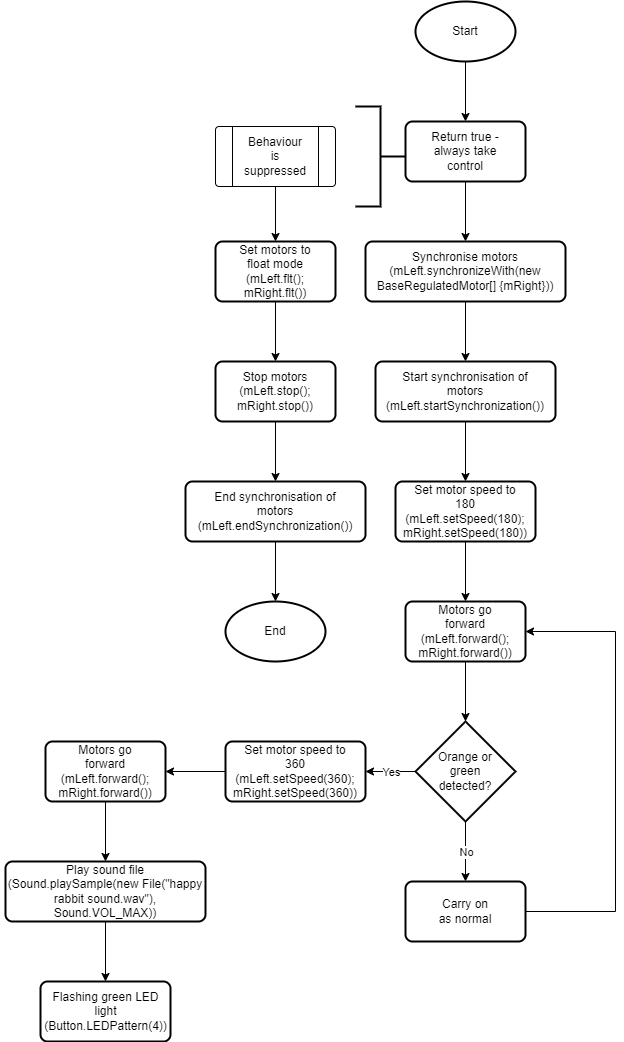
Above: Final submission/Behaviour control flow/WalkaboutControlFlow.png in XLmT09/Bunny-Robot (draw.io), before the change. Source tidied: cells renumbered, new cells last; positions are measured from the earlier drawing's top-left corner, leaving out a move shared by most shapes. Its diagram source:
```xml
<mxGraphModel>
  <root>
    <mxCell id="0" />
    <mxCell id="1" parent="0" />
    <mxCell id="2" style="group;" parent="1" vertex="1">
      <mxGeometry x="415" width="100" height="60" as="geometry" />
    </mxCell>
    <mxCell id="3" style="strokeWidth=2;html=1;shape=mxgraph.flowchart.start_1;whiteSpace=wrap;hachureGap=4;" parent="2" vertex="1">
      <mxGeometry width="100" height="60" as="geometry" />
    </mxCell>
    <mxCell id="4" value="Start" style="text;html=1;strokeColor=none;fillColor=none;align=center;verticalAlign=middle;whiteSpace=wrap;rounded=0;hachureGap=4;" parent="2" vertex="1">
      <mxGeometry x="20" y="15" width="60" height="30" as="geometry" />
    </mxCell>
    <mxCell id="5" style="group;" parent="1" vertex="1">
      <mxGeometry x="405" y="120" width="120" height="70" as="geometry" />
    </mxCell>
    <mxCell id="6" style="group;" parent="5" vertex="1">
      <mxGeometry width="120" height="70" as="geometry" />
    </mxCell>
    <mxCell id="7" style="rounded=1;whiteSpace=wrap;html=1;absoluteArcSize=1;arcSize=14;strokeWidth=2;hachureGap=4;" parent="6" vertex="1">
      <mxGeometry width="120" height="60" as="geometry" />
    </mxCell>
    <mxCell id="8" value="Return true - always take control" style="text;html=1;strokeColor=none;fillColor=none;align=center;verticalAlign=middle;whiteSpace=wrap;rounded=0;hachureGap=4;" parent="6" vertex="1">
      <mxGeometry x="25" y="15" width="70" height="30" as="geometry" />
    </mxCell>
    <mxCell id="9" style="endArrow=classic;html=1;rounded=0;sourcePerimeterSpacing=8;targetPerimeterSpacing=8;curved=1;entryX=0.5;entryY=0;entryDx=0;entryDy=0;exitX=0.5;exitY=1;exitDx=0;exitDy=0;exitPerimeter=0;" parent="1" edge="1" source="3" target="7">
      <mxGeometry relative="1" as="geometry" />
    </mxCell>
    <mxCell id="10" style="endArrow=classic;html=1;rounded=0;sourcePerimeterSpacing=8;targetPerimeterSpacing=8;curved=1;entryX=0.5;entryY=0;entryDx=0;entryDy=0;exitX=0.5;exitY=1;exitDx=0;exitDy=0;" parent="1" edge="1" source="7" target="12">
      <mxGeometry relative="1" as="geometry" />
    </mxCell>
    <mxCell id="11" style="group;" parent="1" vertex="1">
      <mxGeometry x="365" y="240" width="200" height="60" as="geometry" />
    </mxCell>
    <mxCell id="12" style="rounded=1;whiteSpace=wrap;html=1;absoluteArcSize=1;arcSize=14;strokeWidth=2;hachureGap=4;" parent="11" vertex="1">
      <mxGeometry width="200" height="60" as="geometry" />
    </mxCell>
    <mxCell id="13" value="Synchronise motors (mLeft.synchronizeWith(new BaseRegulatedMotor[] {mRight}))" style="text;html=1;strokeColor=none;fillColor=none;align=center;verticalAlign=middle;whiteSpace=wrap;rounded=0;hachureGap=4;" parent="11" vertex="1">
      <mxGeometry x="10" y="15" width="180" height="30" as="geometry" />
    </mxCell>
    <mxCell id="14" style="rounded=1;whiteSpace=wrap;html=1;absoluteArcSize=1;arcSize=14;strokeWidth=2;hachureGap=4;" parent="1" vertex="1">
      <mxGeometry x="375" y="360" width="180" height="60" as="geometry" />
    </mxCell>
    <mxCell id="15" value="Start synchronisation of motors (mLeft.startSynchronization())" style="text;html=1;strokeColor=none;fillColor=none;align=center;verticalAlign=middle;whiteSpace=wrap;rounded=0;hachureGap=4;" parent="1" vertex="1">
      <mxGeometry x="435" y="375" width="60" height="30" as="geometry" />
    </mxCell>
    <mxCell id="16" style="endArrow=classic;html=1;rounded=0;sourcePerimeterSpacing=8;targetPerimeterSpacing=8;curved=1;entryX=0.5;entryY=0;entryDx=0;entryDy=0;exitX=0.5;exitY=1;exitDx=0;exitDy=0;" parent="1" edge="1" source="12" target="14">
      <mxGeometry relative="1" as="geometry" />
    </mxCell>
    <mxCell id="17" style="group;" parent="1" vertex="1">
      <mxGeometry x="395" y="480" width="140" height="60" as="geometry" />
    </mxCell>
    <mxCell id="18" style="rounded=1;whiteSpace=wrap;html=1;absoluteArcSize=1;arcSize=14;strokeWidth=2;hachureGap=4;" parent="17" vertex="1">
      <mxGeometry width="140" height="60" as="geometry" />
    </mxCell>
    <mxCell id="19" value="Set motor speed to 180 (mLeft.setSpeed(180); mRight.setSpeed(180))" style="text;html=1;strokeColor=none;fillColor=none;align=center;verticalAlign=middle;whiteSpace=wrap;rounded=0;hachureGap=4;" parent="17" vertex="1">
      <mxGeometry x="40" y="15" width="60" height="30" as="geometry" />
    </mxCell>
    <mxCell id="20" style="endArrow=classic;html=1;rounded=0;sourcePerimeterSpacing=8;targetPerimeterSpacing=8;curved=1;entryX=0.5;entryY=0;entryDx=0;entryDy=0;exitX=0.5;exitY=1;exitDx=0;exitDy=0;" parent="1" edge="1" source="14" target="18">
      <mxGeometry relative="1" as="geometry" />
    </mxCell>
    <mxCell id="21" style="group;" parent="1" vertex="1">
      <mxGeometry x="405" y="600" width="120" height="100" as="geometry" />
    </mxCell>
    <mxCell id="22" style="rounded=1;whiteSpace=wrap;html=1;absoluteArcSize=1;arcSize=14;strokeWidth=2;hachureGap=4;" parent="21" vertex="1">
      <mxGeometry width="120" height="60" as="geometry" />
    </mxCell>
    <mxCell id="23" value="Motors go forward (mLeft.forward(); mRight.forward())" style="text;html=1;strokeColor=none;fillColor=none;align=center;verticalAlign=middle;whiteSpace=wrap;rounded=0;hachureGap=4;" parent="21" vertex="1">
      <mxGeometry x="30" y="15" width="60" height="30" as="geometry" />
    </mxCell>
    <mxCell id="24" style="endArrow=classic;html=1;rounded=0;sourcePerimeterSpacing=8;targetPerimeterSpacing=8;curved=1;entryX=0.5;entryY=0;entryDx=0;entryDy=0;exitX=0.5;exitY=1;exitDx=0;exitDy=0;" parent="1" edge="1" source="18" target="22">
      <mxGeometry relative="1" as="geometry" />
    </mxCell>
    <mxCell id="25" style="strokeWidth=2;html=1;shape=mxgraph.flowchart.decision;whiteSpace=wrap;" parent="1" vertex="1">
      <mxGeometry x="415" y="720" width="100" height="100" as="geometry" />
    </mxCell>
    <mxCell id="26" value="Orange or green detected?" style="text;html=1;strokeColor=none;fillColor=none;align=center;verticalAlign=middle;whiteSpace=wrap;rounded=0;" parent="1" vertex="1">
      <mxGeometry x="435" y="755" width="60" height="30" as="geometry" />
    </mxCell>
    <mxCell id="27" style="endArrow=classic;html=1;rounded=0;exitX=0.5;exitY=1;exitDx=0;exitDy=0;entryX=0.5;entryY=0;entryDx=0;entryDy=0;entryPerimeter=0;" parent="1" edge="1" source="22" target="25">
      <mxGeometry relative="1" as="geometry" />
    </mxCell>
    <mxCell id="28" style="group;" parent="1" vertex="1">
      <mxGeometry x="225" y="740" width="140" height="105" as="geometry" />
    </mxCell>
    <mxCell id="29" style="rounded=1;whiteSpace=wrap;html=1;absoluteArcSize=1;arcSize=14;strokeWidth=2;" parent="28" vertex="1">
      <mxGeometry width="140" height="60" as="geometry" />
    </mxCell>
    <mxCell id="30" value="Set motor speed to 360 (mLeft.setSpeed(360); mRight.setSpeed(360))" style="text;html=1;strokeColor=none;fillColor=none;align=center;verticalAlign=middle;whiteSpace=wrap;rounded=0;" parent="28" vertex="1">
      <mxGeometry x="40" y="15" width="60" height="30" as="geometry" />
    </mxCell>
    <mxCell id="31" style="endArrow=classic;html=1;rounded=0;exitX=0;exitY=0.5;exitDx=0;exitDy=0;exitPerimeter=0;entryX=1;entryY=0.5;entryDx=0;entryDy=0;" parent="1" edge="1" source="25" target="29">
      <mxGeometry relative="1" as="geometry" />
    </mxCell>
    <mxCell id="32" value="Yes" style="edgeLabel;html=1;align=center;verticalAlign=middle;" parent="31" vertex="1">
      <mxGeometry relative="1" as="geometry" />
    </mxCell>
    <mxCell id="33" style="group;" parent="1" vertex="1">
      <mxGeometry x="45" y="740" width="120" height="60" as="geometry" />
    </mxCell>
    <mxCell id="34" style="rounded=1;whiteSpace=wrap;html=1;absoluteArcSize=1;arcSize=14;strokeWidth=2;" parent="33" vertex="1">
      <mxGeometry width="120" height="60" as="geometry" />
    </mxCell>
    <mxCell id="35" value="Motors go forward (mLeft.forward(); mRight.forward())" style="text;html=1;strokeColor=none;fillColor=none;align=center;verticalAlign=middle;whiteSpace=wrap;rounded=0;" parent="33" vertex="1">
      <mxGeometry x="30" y="15" width="60" height="30" as="geometry" />
    </mxCell>
    <mxCell id="36" style="endArrow=classic;html=1;rounded=0;entryX=1;entryY=0.5;entryDx=0;entryDy=0;exitX=0;exitY=0.5;exitDx=0;exitDy=0;" parent="1" edge="1" source="29" target="34">
      <mxGeometry relative="1" as="geometry" />
    </mxCell>
    <mxCell id="37" style="rounded=1;whiteSpace=wrap;html=1;absoluteArcSize=1;arcSize=14;strokeWidth=2;" parent="1" vertex="1">
      <mxGeometry x="405" y="880" width="120" height="60" as="geometry" />
    </mxCell>
    <mxCell id="38" value="Carry on as normal" style="text;html=1;strokeColor=none;fillColor=none;align=center;verticalAlign=middle;whiteSpace=wrap;rounded=0;" parent="1" vertex="1">
      <mxGeometry x="435" y="895" width="60" height="30" as="geometry" />
    </mxCell>
    <mxCell id="39" style="endArrow=classic;html=1;rounded=0;exitX=0.5;exitY=1;exitDx=0;exitDy=0;exitPerimeter=0;entryX=0.5;entryY=0;entryDx=0;entryDy=0;" parent="1" edge="1" source="25" target="37">
      <mxGeometry relative="1" as="geometry" />
    </mxCell>
    <mxCell id="40" value="No" style="edgeLabel;html=1;align=center;verticalAlign=middle;" parent="39" vertex="1">
      <mxGeometry relative="1" as="geometry" />
    </mxCell>
    <mxCell id="41" style="endArrow=classic;html=1;rounded=0;exitX=1;exitY=0.5;exitDx=0;exitDy=0;" parent="1" edge="1" source="37">
      <mxGeometry relative="1" as="geometry">
        <mxPoint x="525" y="630" as="targetPoint" />
        <Array as="points">
          <mxPoint x="615" y="910" />
          <mxPoint x="615" y="630" />
        </Array>
      </mxGeometry>
    </mxCell>
    <mxCell id="42" style="strokeWidth=2;html=1;shape=mxgraph.flowchart.annotation_2;align=left;labelPosition=right;rotation=-180;" parent="1" vertex="1">
      <mxGeometry x="355" y="105" width="50" height="100" as="geometry" />
    </mxCell>
    <mxCell id="43" style="group;" parent="1" vertex="1">
      <mxGeometry x="215" y="125" width="120" height="60" as="geometry" />
    </mxCell>
    <mxCell id="44" style="verticalLabelPosition=bottom;verticalAlign=top;html=1;shape=process;whiteSpace=wrap;rounded=1;size=0.14;arcSize=6;" parent="43" vertex="1">
      <mxGeometry width="120" height="60" as="geometry" />
    </mxCell>
    <mxCell id="45" value="Behaviour is suppressed" style="text;html=1;strokeColor=none;fillColor=none;align=center;verticalAlign=middle;whiteSpace=wrap;rounded=0;" parent="43" vertex="1">
      <mxGeometry x="30" y="15" width="60" height="30" as="geometry" />
    </mxCell>
    <mxCell id="46" style="group;" parent="1" vertex="1">
      <mxGeometry x="215" y="240" width="120" height="100" as="geometry" />
    </mxCell>
    <mxCell id="47" style="rounded=1;whiteSpace=wrap;html=1;absoluteArcSize=1;arcSize=14;strokeWidth=2;" parent="46" vertex="1">
      <mxGeometry width="120" height="60" as="geometry" />
    </mxCell>
    <mxCell id="48" value="Set motors to float mode (mLeft.flt(); mRight.flt())" style="text;html=1;strokeColor=none;fillColor=none;align=center;verticalAlign=middle;whiteSpace=wrap;rounded=0;" parent="46" vertex="1">
      <mxGeometry x="20" y="15" width="80" height="30" as="geometry" />
    </mxCell>
    <mxCell id="49" style="endArrow=classic;html=1;rounded=0;entryX=0.5;entryY=0;entryDx=0;entryDy=0;exitX=0.5;exitY=1;exitDx=0;exitDy=0;" parent="1" edge="1" source="44" target="47">
      <mxGeometry relative="1" as="geometry" />
    </mxCell>
    <mxCell id="50" style="group;" parent="1" vertex="1">
      <mxGeometry x="215" y="360" width="120" height="60" as="geometry" />
    </mxCell>
    <mxCell id="51" style="rounded=1;whiteSpace=wrap;html=1;absoluteArcSize=1;arcSize=14;strokeWidth=2;" parent="50" vertex="1">
      <mxGeometry width="120" height="60" as="geometry" />
    </mxCell>
    <mxCell id="52" value="Stop motors (mLeft.stop(); mRight.stop())" style="text;html=1;strokeColor=none;fillColor=none;align=center;verticalAlign=middle;whiteSpace=wrap;rounded=0;" parent="50" vertex="1">
      <mxGeometry x="30" y="15" width="60" height="30" as="geometry" />
    </mxCell>
    <mxCell id="53" style="endArrow=classic;html=1;rounded=0;exitX=0.5;exitY=1;exitDx=0;exitDy=0;entryX=0.5;entryY=0;entryDx=0;entryDy=0;" parent="1" edge="1" source="47" target="51">
      <mxGeometry relative="1" as="geometry" />
    </mxCell>
    <mxCell id="54" style="group;" parent="1" vertex="1">
      <mxGeometry x="185" y="480" width="180" height="60" as="geometry" />
    </mxCell>
    <mxCell id="55" style="rounded=1;whiteSpace=wrap;html=1;absoluteArcSize=1;arcSize=14;strokeWidth=2;" parent="54" vertex="1">
      <mxGeometry width="180" height="60" as="geometry" />
    </mxCell>
    <mxCell id="56" value="End synchronisation of motors (mLeft.endSynchronization())" style="text;html=1;strokeColor=none;fillColor=none;align=center;verticalAlign=middle;whiteSpace=wrap;rounded=0;" parent="54" vertex="1">
      <mxGeometry x="60" y="15" width="60" height="30" as="geometry" />
    </mxCell>
    <mxCell id="57" style="endArrow=classic;html=1;rounded=0;exitX=0.5;exitY=1;exitDx=0;exitDy=0;entryX=0.5;entryY=0;entryDx=0;entryDy=0;" parent="1" edge="1" source="51" target="55">
      <mxGeometry relative="1" as="geometry" />
    </mxCell>
    <mxCell id="58" style="strokeWidth=2;html=1;shape=mxgraph.flowchart.start_1;whiteSpace=wrap;" parent="1" vertex="1">
      <mxGeometry x="225" y="600" width="100" height="60" as="geometry" />
    </mxCell>
    <mxCell id="59" value="End" style="text;html=1;strokeColor=none;fillColor=none;align=center;verticalAlign=middle;whiteSpace=wrap;rounded=0;" parent="1" vertex="1">
      <mxGeometry x="245" y="615" width="60" height="30" as="geometry" />
    </mxCell>
    <mxCell id="60" style="endArrow=classic;html=1;rounded=0;entryX=0.5;entryY=0;entryDx=0;entryDy=0;entryPerimeter=0;exitX=0.5;exitY=1;exitDx=0;exitDy=0;" parent="1" edge="1" source="55" target="58">
      <mxGeometry relative="1" as="geometry" />
    </mxCell>
    <mxCell id="61" style="group;" parent="1" vertex="1">
      <mxGeometry y="860" width="210" height="60" as="geometry" />
    </mxCell>
    <mxCell id="62" style="rounded=1;whiteSpace=wrap;html=1;absoluteArcSize=1;arcSize=14;strokeWidth=2;" parent="61" vertex="1">
      <mxGeometry x="5" width="200" height="60" as="geometry" />
    </mxCell>
    <mxCell id="63" value="Play sound file (Sound.playSample(new File(&quot;happy rabbit sound.wav&quot;), Sound.VOL_MAX))" style="text;html=1;strokeColor=none;fillColor=none;align=center;verticalAlign=middle;whiteSpace=wrap;rounded=0;" parent="61" vertex="1">
      <mxGeometry y="15" width="210" height="30" as="geometry" />
    </mxCell>
    <mxCell id="64" style="endArrow=classic;html=1;rounded=0;entryX=0.5;entryY=0;entryDx=0;entryDy=0;exitX=0.5;exitY=1;exitDx=0;exitDy=0;" parent="1" edge="1" source="34" target="62">
      <mxGeometry relative="1" as="geometry" />
    </mxCell>
    <mxCell id="65" style="group;" parent="1" vertex="1">
      <mxGeometry x="40" y="980" width="130" height="60" as="geometry" />
    </mxCell>
    <mxCell id="66" style="rounded=1;whiteSpace=wrap;html=1;absoluteArcSize=1;arcSize=14;strokeWidth=2;" parent="65" vertex="1">
      <mxGeometry width="130" height="60" as="geometry" />
    </mxCell>
    <mxCell id="67" value="Flashing green LED light (Button.LEDPattern(4))" style="text;html=1;strokeColor=none;fillColor=none;align=center;verticalAlign=middle;whiteSpace=wrap;rounded=0;" parent="65" vertex="1">
      <mxGeometry x="32.5" y="15" width="65" height="30" as="geometry" />
    </mxCell>
    <mxCell id="68" style="endArrow=classic;html=1;rounded=0;entryX=0.5;entryY=0;entryDx=0;entryDy=0;exitX=0.5;exitY=1;exitDx=0;exitDy=0;" parent="1" edge="1" source="62" target="66">
      <mxGeometry relative="1" as="geometry" />
    </mxCell>
  </root>
</mxGraphModel>
```
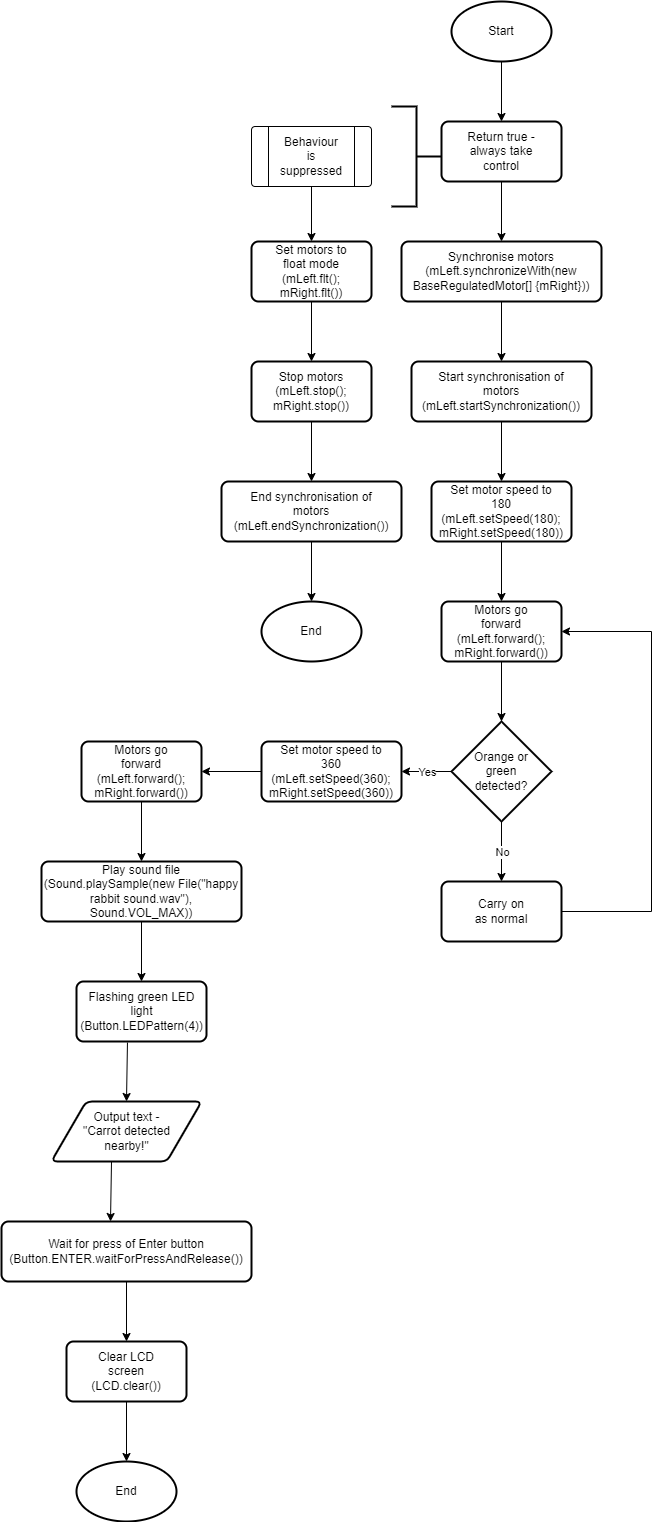
The same diagram one commit later.

Change to the diagram source:
```diff
@@ -198,7 +198,7 @@
       <mxGeometry relative="1" as="geometry" />
     </mxCell>
     <mxCell id="65" style="group;" parent="1" vertex="1">
-      <mxGeometry x="40" y="980" width="130" height="60" as="geometry" />
+      <mxGeometry x="40" y="980" width="130" height="100" as="geometry" />
     </mxCell>
     <mxCell id="66" style="rounded=1;whiteSpace=wrap;html=1;absoluteArcSize=1;arcSize=14;strokeWidth=2;" parent="65" vertex="1">
       <mxGeometry width="130" height="60" as="geometry" />
@@ -209,5 +209,55 @@
     <mxCell id="68" style="endArrow=classic;html=1;rounded=0;entryX=0.5;entryY=0;entryDx=0;entryDy=0;exitX=0.5;exitY=1;exitDx=0;exitDy=0;" parent="1" edge="1" source="62" target="66">
       <mxGeometry relative="1" as="geometry" />
     </mxCell>
+    <mxCell id="69" style="group;" parent="1" vertex="1">
+      <mxGeometry x="15" y="1100" width="150" height="60" as="geometry" />
+    </mxCell>
+    <mxCell id="70" style="shape=parallelogram;html=1;strokeWidth=2;perimeter=parallelogramPerimeter;whiteSpace=wrap;rounded=1;arcSize=12;size=0.23;" parent="69" vertex="1">
+      <mxGeometry width="150" height="60" as="geometry" />
+    </mxCell>
+    <mxCell id="71" value="Output text - &quot;Carrot detected nearby!&quot;" style="text;html=1;strokeColor=none;fillColor=none;align=center;verticalAlign=middle;whiteSpace=wrap;rounded=0;" parent="69" vertex="1">
+      <mxGeometry x="27.5" y="15" width="95" height="30" as="geometry" />
+    </mxCell>
+    <mxCell id="72" style="endArrow=classic;html=1;rounded=0;entryX=0.5;entryY=0;entryDx=0;entryDy=0;exitX=0.392;exitY=1.017;exitDx=0;exitDy=0;exitPerimeter=0;" parent="1" edge="1" source="66" target="70">
+      <mxGeometry relative="1" as="geometry" />
+    </mxCell>
+    <mxCell id="73" style="group;" parent="1" vertex="1">
+      <mxGeometry x="-35" y="1220" width="250" height="60" as="geometry" />
+    </mxCell>
+    <mxCell id="74" style="rounded=1;whiteSpace=wrap;html=1;absoluteArcSize=1;arcSize=14;strokeWidth=2;" parent="73" vertex="1">
+      <mxGeometry width="250" height="60" as="geometry" />
+    </mxCell>
+    <mxCell id="75" value="Wait for press of Enter button (Button.ENTER.waitForPressAndRelease())" style="text;html=1;strokeColor=none;fillColor=none;align=center;verticalAlign=middle;whiteSpace=wrap;rounded=0;" parent="73" vertex="1">
+      <mxGeometry x="95" y="15" width="60" height="30" as="geometry" />
+    </mxCell>
+    <mxCell id="76" style="endArrow=classic;html=1;rounded=0;entryX=0.436;entryY=0;entryDx=0;entryDy=0;entryPerimeter=0;" parent="1" edge="1" target="74">
+      <mxGeometry relative="1" as="geometry">
+        <mxPoint x="75" y="1160" as="sourcePoint" />
+      </mxGeometry>
+    </mxCell>
+    <mxCell id="77" style="group;" parent="1" vertex="1">
+      <mxGeometry x="30" y="1340" width="120" height="60" as="geometry" />
+    </mxCell>
+    <mxCell id="78" style="rounded=1;whiteSpace=wrap;html=1;absoluteArcSize=1;arcSize=14;strokeWidth=2;" parent="77" vertex="1">
+      <mxGeometry width="120" height="60" as="geometry" />
+    </mxCell>
+    <mxCell id="79" value="Clear LCD screen (LCD.clear())" style="text;html=1;strokeColor=none;fillColor=none;align=center;verticalAlign=middle;whiteSpace=wrap;rounded=0;" parent="77" vertex="1">
+      <mxGeometry x="30" y="15" width="60" height="30" as="geometry" />
+    </mxCell>
+    <mxCell id="80" style="endArrow=classic;html=1;rounded=0;exitX=0.5;exitY=1;exitDx=0;exitDy=0;entryX=0.5;entryY=0;entryDx=0;entryDy=0;" parent="1" edge="1" source="74" target="78">
+      <mxGeometry relative="1" as="geometry" />
+    </mxCell>
+    <mxCell id="81" style="endArrow=classic;html=1;rounded=0;entryX=0.5;entryY=0;entryDx=0;entryDy=0;entryPerimeter=0;exitX=0.5;exitY=1;exitDx=0;exitDy=0;" parent="1" edge="1" source="78" target="83">
+      <mxGeometry relative="1" as="geometry" />
+    </mxCell>
+    <mxCell id="82" style="group;" parent="1" vertex="1">
+      <mxGeometry x="40" y="1460" width="100" height="60" as="geometry" />
+    </mxCell>
+    <mxCell id="83" style="strokeWidth=2;html=1;shape=mxgraph.flowchart.start_1;whiteSpace=wrap;" parent="82" vertex="1">
+      <mxGeometry width="100" height="60" as="geometry" />
+    </mxCell>
+    <mxCell id="84" value="End" style="text;html=1;strokeColor=none;fillColor=none;align=center;verticalAlign=middle;whiteSpace=wrap;rounded=0;" parent="82" vertex="1">
+      <mxGeometry x="20" y="15" width="60" height="30" as="geometry" />
+    </mxCell>
   </root>
 </mxGraphModel>
```
